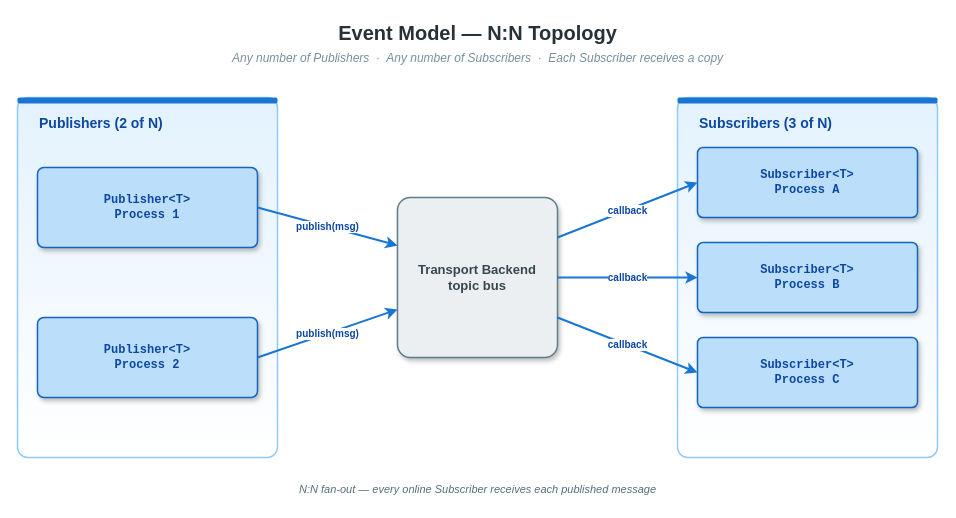
Earlier version of the draw.io diagram doc/images/multi-subscriber-pattern.drawio (PinkMan-03/vlink). Source tidied: cells renumbered, new cells numbered last; positions are measured from the earlier drawing's top-left corner, leaving out a move shared by most shapes. Both pictures are drawn from the tidied source at 100%, with x=0, y=0 at pixel (17, 17).
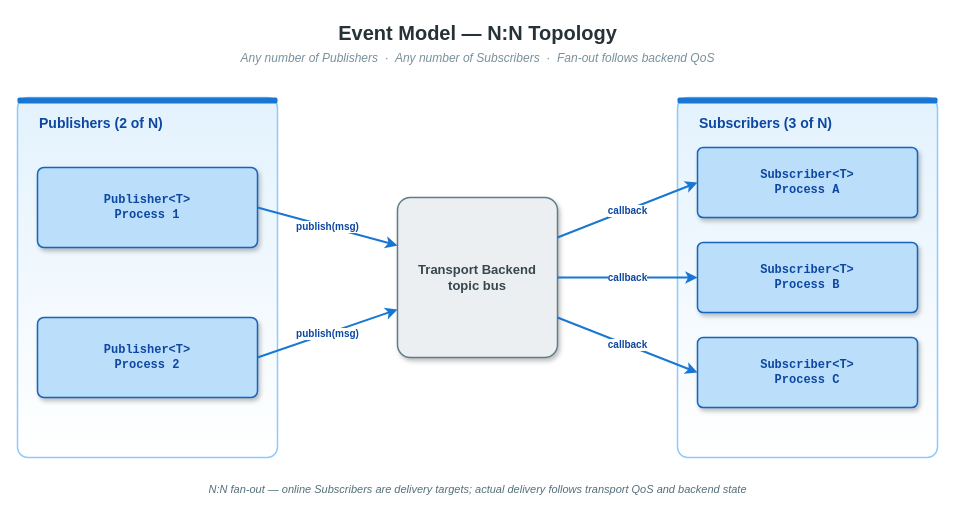
The same page after the edit.

The edit, as a diff of the source:
```diff
@@
-    <mxCell id="3" value="Any number of Publishers  ·  Any number of Subscribers  ·  Each Subscriber receives a copy" style="text;html=1;align=center;verticalAlign=middle;strokeColor=none;fillColor=none;fontSize=12;fontStyle=2;fontColor=#78909c;" parent="1" vertex="1">
+    <mxCell id="3" value="Any number of Publishers  ·  Any number of Subscribers  ·  Fan-out follows backend QoS" style="text;html=1;align=center;verticalAlign=middle;strokeColor=none;fillColor=none;fontSize=12;fontStyle=2;fontColor=#78909c;" parent="1" vertex="1">
       <mxGeometry y="30" width="920" height="22" as="geometry" />
     </mxCell>
@@
-    <mxCell id="21" value="N:N fan-out — every online Subscriber receives each published message" style="text;html=1;align=center;verticalAlign=middle;strokeColor=none;fillColor=none;fontSize=11;fontStyle=2;fontColor=#546e7a;" parent="1" vertex="1">
+    <mxCell id="21" value="N:N fan-out — online Subscribers are delivery targets; actual delivery follows transport QoS and backend state" style="text;html=1;align=center;verticalAlign=middle;strokeColor=none;fillColor=none;fontSize=11;fontStyle=2;fontColor=#546e7a;" parent="1" vertex="1">
       <mxGeometry y="460" width="920" height="24" as="geometry" />
     </mxCell>
```
